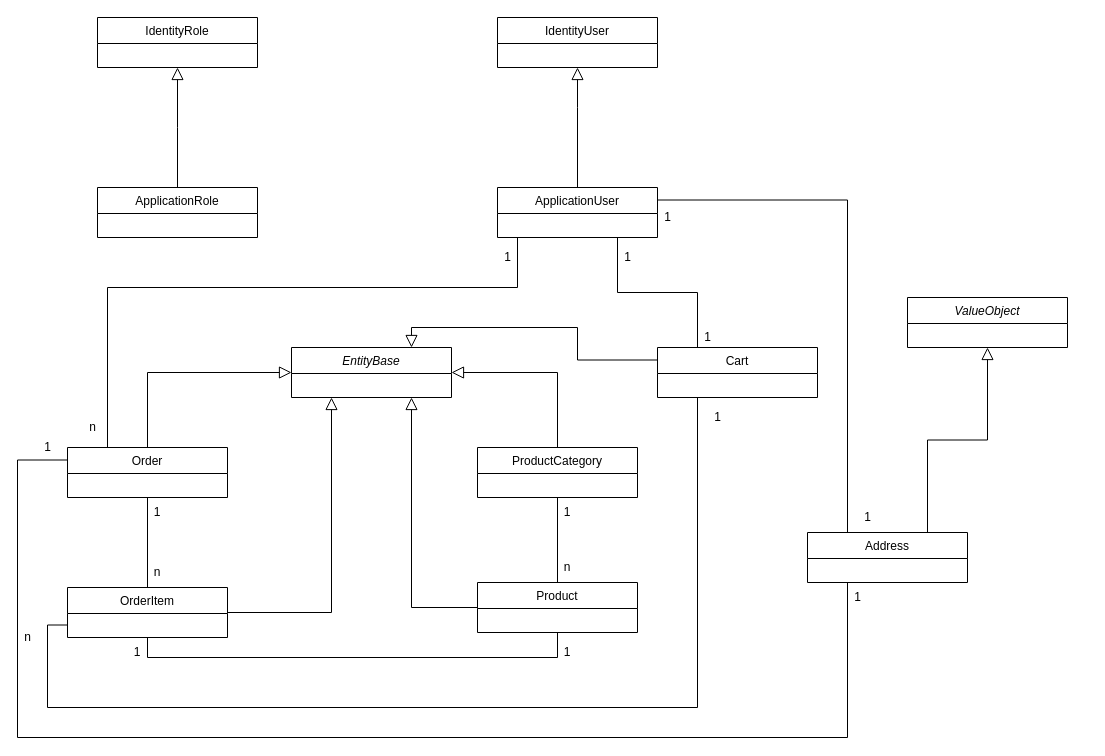
The draw.io diagram page "Class Diagram" (2 of 2) of CurlyCircleDiagrams.drawio in Maxtr0n/CurlycircleWebshop, before the edit. Source tidied: cells renumbered, new cells numbered last; positions are measured from the earlier drawing's top-left corner, leaving out a move shared by most shapes. Both pictures are drawn from the tidied source at 100%, with x=0, y=0 at pixel (17, 17).
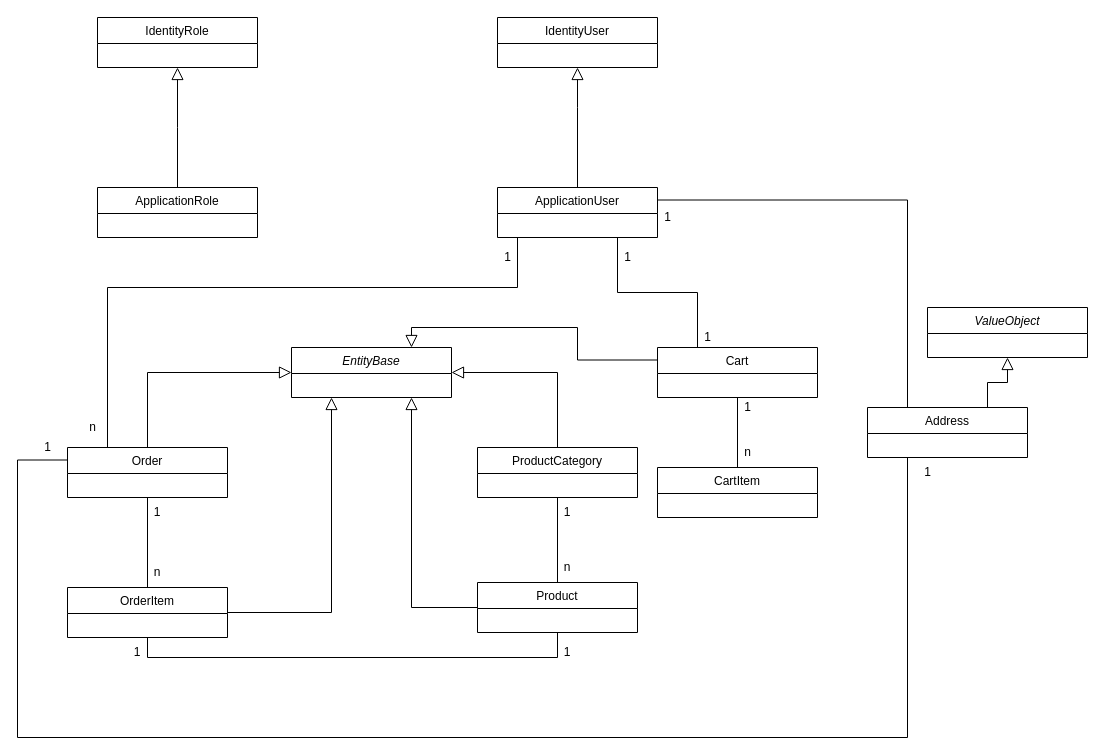
The same diagram, later.

Unchanged cells that the change refers to:
```xml
<mxCell id="11" value="Order" style="swimlane;fontStyle=0;align=center;verticalAlign=top;horizontal=1;startSize=26;rounded=0;shadow=0;strokeWidth=1;" parent="1" vertex="1">
  <mxGeometry x="50" y="430" width="160" height="50" as="geometry" />
</mxCell>
<mxCell id="13" value="OrderItem" style="swimlane;fontStyle=0;align=center;verticalAlign=top;horizontal=1;startSize=26;rounded=0;shadow=0;strokeWidth=1;" parent="1" vertex="1">
  <mxGeometry x="50" y="570" width="160" height="50" as="geometry" />
</mxCell>
<mxCell id="33" value="Cart" style="swimlane;fontStyle=0;align=center;verticalAlign=top;horizontal=1;startSize=26;rounded=0;shadow=0;strokeWidth=1;" parent="1" vertex="1">
  <mxGeometry x="640" y="330" width="160" height="50" as="geometry" />
</mxCell>
```

What changed in the source:
```diff
@@
     <mxCell id="10" style="edgeStyle=orthogonalEdgeStyle;rounded=0;jettySize=auto;html=1;exitX=0;exitY=0.25;exitDx=0;exitDy=0;entryX=0.25;entryY=1;entryDx=0;entryDy=0;endArrow=none;endFill=0;" parent="1" edge="1" source="11" target="40">
       <mxGeometry relative="1" as="geometry">
         <Array as="points">
           <mxPoint y="443" />
           <mxPoint y="720" />
-          <mxPoint x="830" y="720" />
+          <mxPoint x="890" y="720" />
         </Array>
       </mxGeometry>
     </mxCell>
@@
-    <mxCell id="30" style="edgeStyle=orthogonalEdgeStyle;rounded=0;jettySize=auto;html=1;exitX=0.25;exitY=1;exitDx=0;exitDy=0;entryX=0;entryY=0.75;entryDx=0;entryDy=0;endArrow=none;endFill=0;" parent="1" edge="1" source="33" target="13">
-      <mxGeometry relative="1" as="geometry">
-        <Array as="points">
-          <mxPoint x="680" y="690" />
-          <mxPoint x="30" y="690" />
-          <mxPoint x="30" y="608" />
-        </Array>
-      </mxGeometry>
-    </mxCell>
@@
+    <mxCell id="46" style="edgeStyle=orthogonalEdgeStyle;rounded=0;jettySize=auto;html=1;exitX=0.5;exitY=1;exitDx=0;exitDy=0;entryX=0.5;entryY=0;entryDx=0;entryDy=0;endArrow=none;endFill=0;" parent="1" edge="1" source="33" target="47">
+      <mxGeometry relative="1" as="geometry" />
+    </mxCell>
@@
-    <mxCell id="36" value="1" style="text;html=1;align=center;verticalAlign=middle;strokeColor=none;fillColor=none;" parent="1" vertex="1">
-      <mxGeometry x="690" y="390" width="20" height="20" as="geometry" />
-    </mxCell>
-    <mxCell id="37" value="n" style="text;html=1;align=center;verticalAlign=middle;strokeColor=none;fillColor=none;" parent="1" vertex="1">
-      <mxGeometry y="610" width="20" height="20" as="geometry" />
-    </mxCell>
@@
     <mxCell id="40" value="Address" style="swimlane;fontStyle=0;align=center;verticalAlign=top;horizontal=1;startSize=26;rounded=0;shadow=0;strokeWidth=1;" parent="1" vertex="1">
-      <mxGeometry x="790" y="515" width="160" height="50" as="geometry" />
+      <mxGeometry x="850" y="390" width="160" height="50" as="geometry" />
     </mxCell>
@@
-    <mxCell id="42" value="1" style="text;html=1;align=center;verticalAlign=middle;strokeColor=none;fillColor=none;" parent="1" vertex="1">
-      <mxGeometry x="840" y="490" width="20" height="20" as="geometry" />
-    </mxCell>
     <mxCell id="43" value="1" style="text;html=1;align=center;verticalAlign=middle;strokeColor=none;fillColor=none;" parent="1" vertex="1">
-      <mxGeometry x="830" y="570" width="20" height="20" as="geometry" />
+      <mxGeometry x="900" y="445" width="20" height="20" as="geometry" />
     </mxCell>
@@
     <mxCell id="45" value="ValueObject" style="swimlane;fontStyle=2;align=center;verticalAlign=top;horizontal=1;startSize=26;rounded=0;shadow=0;strokeWidth=1;" parent="1" vertex="1">
-      <mxGeometry x="890" y="280" width="160" height="50" as="geometry" />
+      <mxGeometry x="910" y="290" width="160" height="50" as="geometry" />
     </mxCell>
+    <mxCell id="47" value="CartItem" style="swimlane;fontStyle=0;align=center;verticalAlign=top;horizontal=1;startSize=26;rounded=0;shadow=0;strokeWidth=1;" parent="1" vertex="1">
+      <mxGeometry x="640" y="450" width="160" height="50" as="geometry" />
+    </mxCell>
+    <mxCell id="48" value="1" style="text;html=1;align=center;verticalAlign=middle;strokeColor=none;fillColor=none;" parent="1" vertex="1">
+      <mxGeometry x="720" y="380" width="20" height="20" as="geometry" />
+    </mxCell>
+    <mxCell id="37" value="n" style="text;html=1;align=center;verticalAlign=middle;strokeColor=none;fillColor=none;" parent="1" vertex="1">
+      <mxGeometry x="720" y="425" width="20" height="20" as="geometry" />
+    </mxCell>
```
